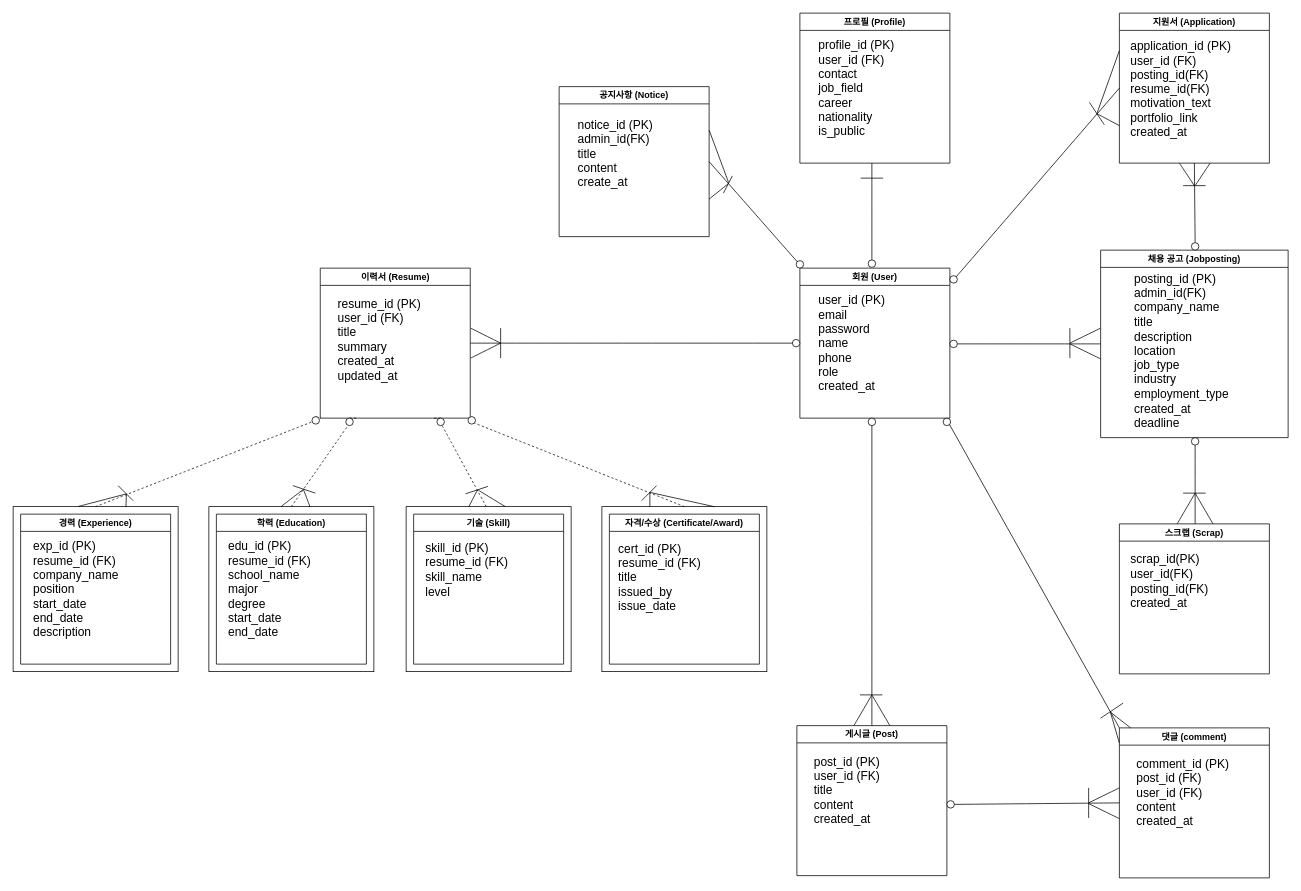
Earlier version of the draw.io diagram test1.drawio (learnner-ms/WebProject). Source tidied: cells renumbered, new cells numbered last; positions are measured from the earlier drawing's top-left corner, leaving out a move shared by most shapes. Both pictures are drawn from the tidied source at 75%, with x=0, y=0 at pixel (13, 13).
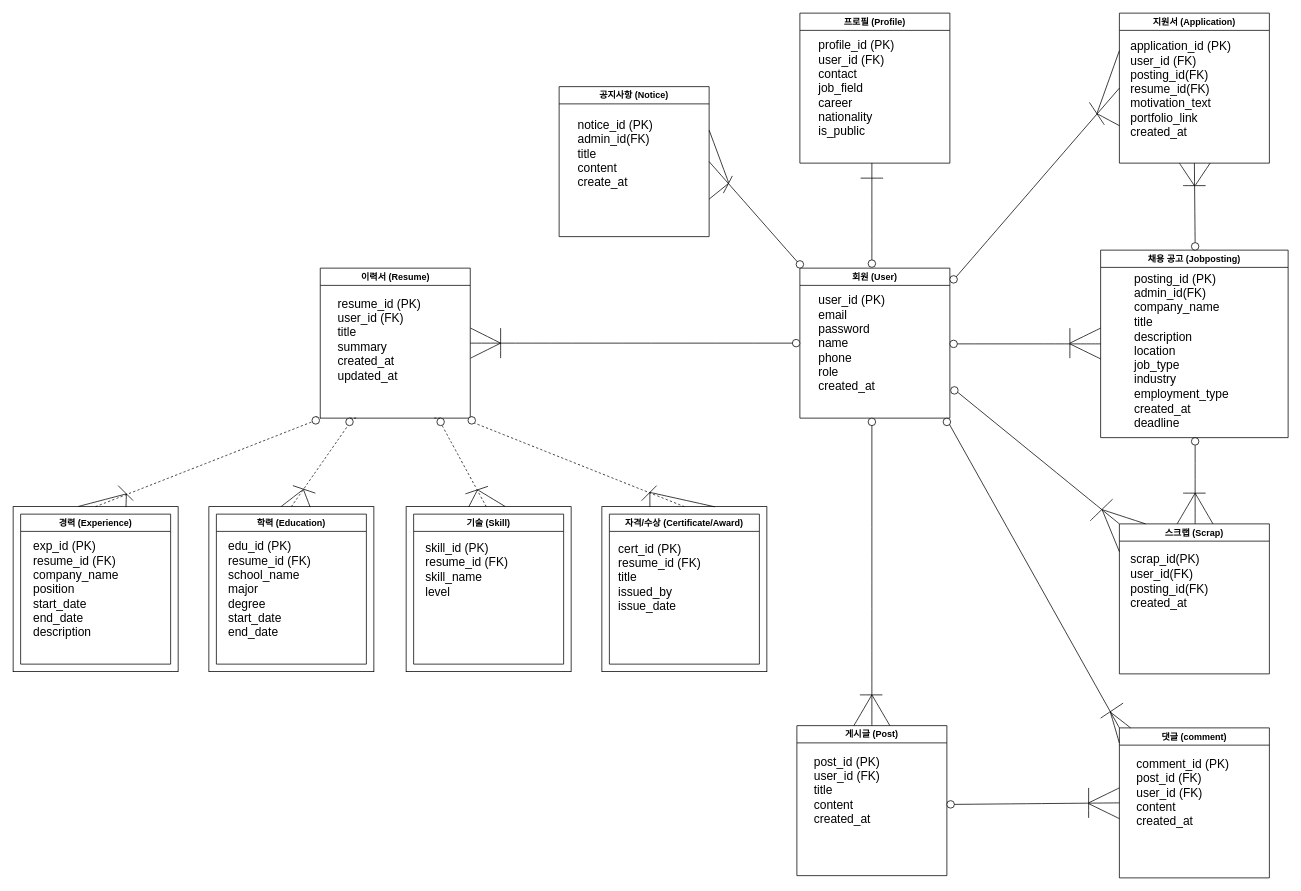
The same diagram, later.

The change refers to these unchanged cells:
```xml
<mxCell id="76" value="스크랩 (Scrap)" style="swimlane;whiteSpace=wrap;html=1;" parent="1" vertex="1">
  <mxGeometry x="1475" y="681" width="200" height="200" as="geometry" />
</mxCell>
```

The edit, as a diff of the source:
```diff
@@
+    <mxCell id="110" style="ellipse;whiteSpace=wrap;html=1;" parent="1" vertex="1">
+      <mxGeometry x="1250" y="498" width="10" height="10" as="geometry" />
+    </mxCell>
+    <mxCell id="111" style="endArrow=none;html=1;rounded=0;fontSize=12;startSize=8;endSize=8;curved=1;entryX=1;entryY=0.5;entryDx=0;entryDy=0;exitX=0;exitY=0;exitDx=0;exitDy=0;" parent="1" edge="1" source="76">
+      <mxGeometry relative="1" as="geometry">
+        <mxPoint x="1260" y="506" as="targetPoint" />
+      </mxGeometry>
+    </mxCell>
+    <mxCell id="112" style="endArrow=none;html=1;rounded=0;fontSize=12;startSize=8;endSize=8;curved=1;" parent="1" edge="1">
+      <mxGeometry relative="1" as="geometry">
+        <mxPoint x="1436" y="677" as="sourcePoint" />
+        <mxPoint x="1466" y="648" as="targetPoint" />
+      </mxGeometry>
+    </mxCell>
+    <mxCell id="113" style="endArrow=none;html=1;rounded=0;fontSize=12;startSize=8;endSize=8;curved=1;" parent="1" edge="1">
+      <mxGeometry relative="1" as="geometry">
+        <mxPoint x="1475" y="718" as="sourcePoint" />
+        <mxPoint x="1452" y="662" as="targetPoint" />
+      </mxGeometry>
+    </mxCell>
+    <mxCell id="114" style="endArrow=none;html=1;rounded=0;fontSize=12;startSize=8;endSize=8;curved=1;" parent="1" edge="1">
+      <mxGeometry relative="1" as="geometry">
+        <mxPoint x="1452" y="662" as="sourcePoint" />
+        <mxPoint x="1510" y="681" as="targetPoint" />
+      </mxGeometry>
+    </mxCell>
```
